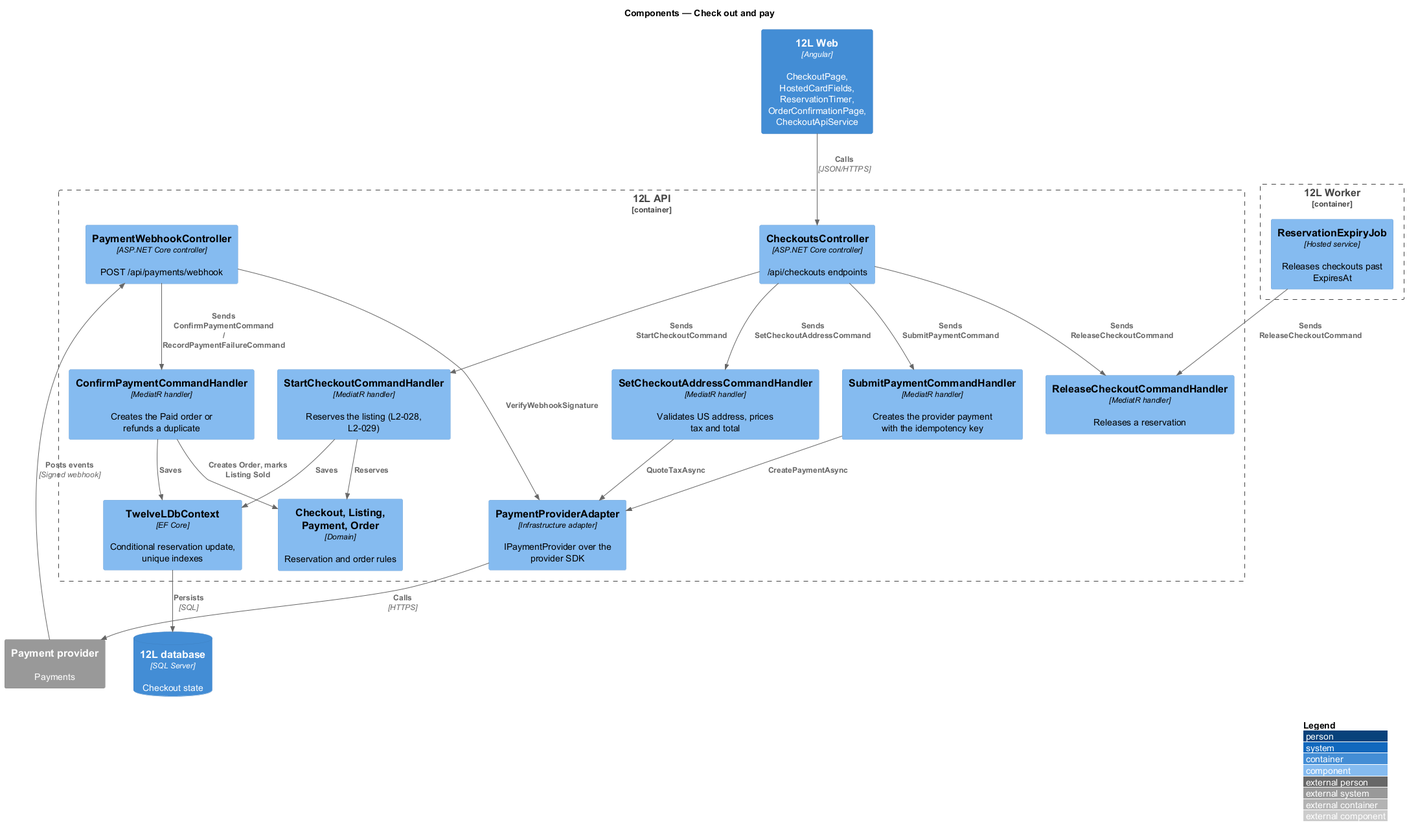
Before: docs/detailed-designs/orders/checkout-and-pay/diagrams/c4-component.png, a diagram exported from PlantUML (QuinntyneBrown/12l).
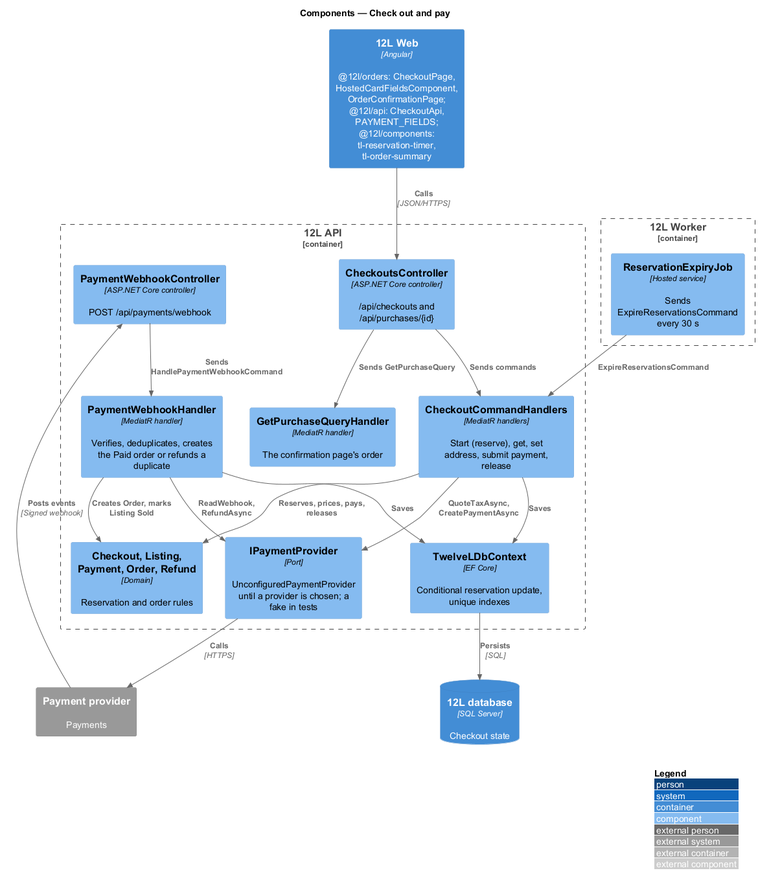
Above is the later version.

The edit, as a diff of the source:
```diff
@@ -3,40 +3,35 @@
 LAYOUT_WITH_LEGEND()
 title Components — Check out and pay
 
-Container(web, "12L Web", "Angular", "CheckoutPage, HostedCardFields, ReservationTimer, OrderConfirmationPage, CheckoutApiService")
+Container(web, "12L Web", "Angular", "@12l/orders: CheckoutPage, HostedCardFieldsComponent, OrderConfirmationPage; @12l/api: CheckoutApi, PAYMENT_FIELDS; @12l/components: tl-reservation-timer, tl-order-summary")
 Container_Boundary(api, "12L API") {
-  Component(cc, "CheckoutsController", "ASP.NET Core controller", "/api/checkouts endpoints")
+  Component(cc, "CheckoutsController", "ASP.NET Core controller", "/api/checkouts and /api/purchases/{id}")
   Component(wh, "PaymentWebhookController", "ASP.NET Core controller", "POST /api/payments/webhook")
-  Component(start, "StartCheckoutCommandHandler", "MediatR handler", "Reserves the listing (L2-028, L2-029)")
-  Component(quote, "SetCheckoutAddressCommandHandler", "MediatR handler", "Validates US address, prices tax and total")
-  Component(paycmd, "SubmitPaymentCommandHandler", "MediatR handler", "Creates the provider payment with the idempotency key")
-  Component(conf, "ConfirmPaymentCommandHandler", "MediatR handler", "Creates the Paid order or refunds a duplicate")
-  Component(rel, "ReleaseCheckoutCommandHandler", "MediatR handler", "Releases a reservation")
-  Component(dom, "Checkout, Listing, Payment, Order", "Domain", "Reservation and order rules")
-  Component(ppa, "PaymentProviderAdapter", "Infrastructure adapter", "IPaymentProvider over the provider SDK")
+  Component(handlers, "CheckoutCommandHandlers", "MediatR handlers", "Start (reserve), get, set address, submit payment, release")
+  Component(webhook, "PaymentWebhookHandler", "MediatR handler", "Verifies, deduplicates, creates the Paid order or refunds a duplicate")
+  Component(purchase, "GetPurchaseQueryHandler", "MediatR handler", "The confirmation page's order")
+  Component(dom, "Checkout, Listing, Payment, Order, Refund", "Domain", "Reservation and order rules")
+  Component(ppa, "IPaymentProvider", "Port", "UnconfiguredPaymentProvider until a provider is chosen; a fake in tests")
   Component(ctx, "TwelveLDbContext", "EF Core", "Conditional reservation update, unique indexes")
 }
 Container_Boundary(worker, "12L Worker") {
-  Component(exp, "ReservationExpiryJob", "Hosted service", "Releases checkouts past ExpiresAt")
+  Component(exp, "ReservationExpiryJob", "Hosted service", "Sends ExpireReservationsCommand every 30 s")
 }
 ContainerDb(db, "12L database", "SQL Server", "Checkout state")
 System_Ext(pay, "Payment provider", "Payments")
 
 Rel(web, cc, "Calls", "JSON/HTTPS")
 Rel(pay, wh, "Posts events", "Signed webhook")
-Rel(cc, start, "Sends StartCheckoutCommand")
-Rel(cc, quote, "Sends SetCheckoutAddressCommand")
-Rel(cc, paycmd, "Sends SubmitPaymentCommand")
-Rel(cc, rel, "Sends ReleaseCheckoutCommand")
-Rel(wh, conf, "Sends ConfirmPaymentCommand / RecordPaymentFailureCommand")
-Rel(exp, rel, "Sends ReleaseCheckoutCommand")
-Rel(start, dom, "Reserves")
-Rel(conf, dom, "Creates Order, marks Listing Sold")
-Rel(paycmd, ppa, "CreatePaymentAsync")
-Rel(quote, ppa, "QuoteTaxAsync")
-Rel(wh, ppa, "VerifyWebhookSignature")
+Rel(cc, handlers, "Sends commands")
+Rel(cc, purchase, "Sends GetPurchaseQuery")
+Rel(wh, webhook, "Sends HandlePaymentWebhookCommand")
+Rel(exp, handlers, "ExpireReservationsCommand")
+Rel(handlers, dom, "Reserves, prices, pays, releases")
+Rel(webhook, dom, "Creates Order, marks Listing Sold")
+Rel(handlers, ppa, "QuoteTaxAsync, CreatePaymentAsync")
+Rel(webhook, ppa, "ReadWebhook, RefundAsync")
 Rel(ppa, pay, "Calls", "HTTPS")
-Rel(start, ctx, "Saves")
-Rel(conf, ctx, "Saves")
+Rel(handlers, ctx, "Saves")
+Rel(webhook, ctx, "Saves")
 Rel(ctx, db, "Persists", "SQL")
 @enduml
```
